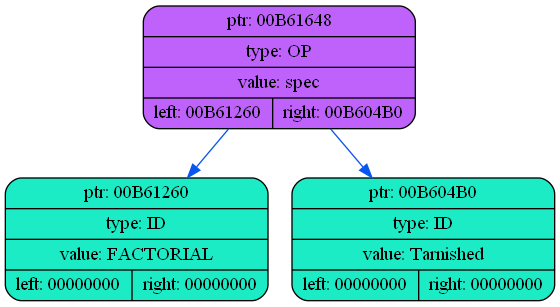
Above: dump/dump1.png in coffee8cat/Elden-language (Graphviz), before the change. Its source is kept beside it as dump/dump1.dot.
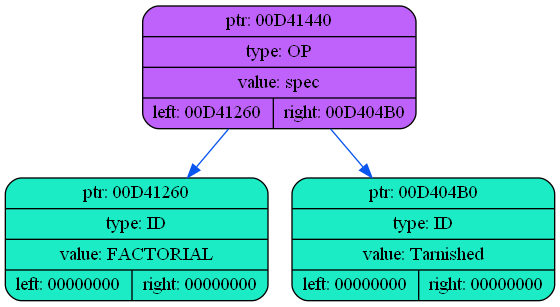
Above is the later version.

The edit, as a diff of the source:
```diff
@@ -2,9 +2,9 @@
 {
     rankdir=TP
 
-        node00B61648[shape=record,style="rounded,filled",fillcolor="#BF62FC",label="{ ptr: 00B61648 | type: OP | value: spec| { left: 00B61260 | right: 00B604B0 }}"];
-    node00B61648 -> node00B61260[color="#0855F0"]
-    node00B61260[shape=record,style="rounded,filled",fillcolor="#1BECC5",label="{ ptr: 00B61260 | type: ID | value: FACTORIAL| { left: 00000000 | right: 00000000 }}"];
-    node00B61648 -> node00B604B0[color="#0855F0"]
-    node00B604B0[shape=record,style="rounded,filled",fillcolor="#1BECC5",label="{ ptr: 00B604B0 | type: ID | value: Tarnished| { left: 00000000 | right: 00000000 }}"];
+        node00D41440[shape=record,style="rounded,filled",fillcolor="#BF62FC",label="{ ptr: 00D41440 | type: OP | value: spec| { left: 00D41260 | right: 00D404B0 }}"];
+    node00D41440 -> node00D41260[color="#0855F0"]
+    node00D41260[shape=record,style="rounded,filled",fillcolor="#1BECC5",label="{ ptr: 00D41260 | type: ID | value: FACTORIAL| { left: 00000000 | right: 00000000 }}"];
+    node00D41440 -> node00D404B0[color="#0855F0"]
+    node00D404B0[shape=record,style="rounded,filled",fillcolor="#1BECC5",label="{ ptr: 00D404B0 | type: ID | value: Tarnished| { left: 00000000 | right: 00000000 }}"];
 }
```
